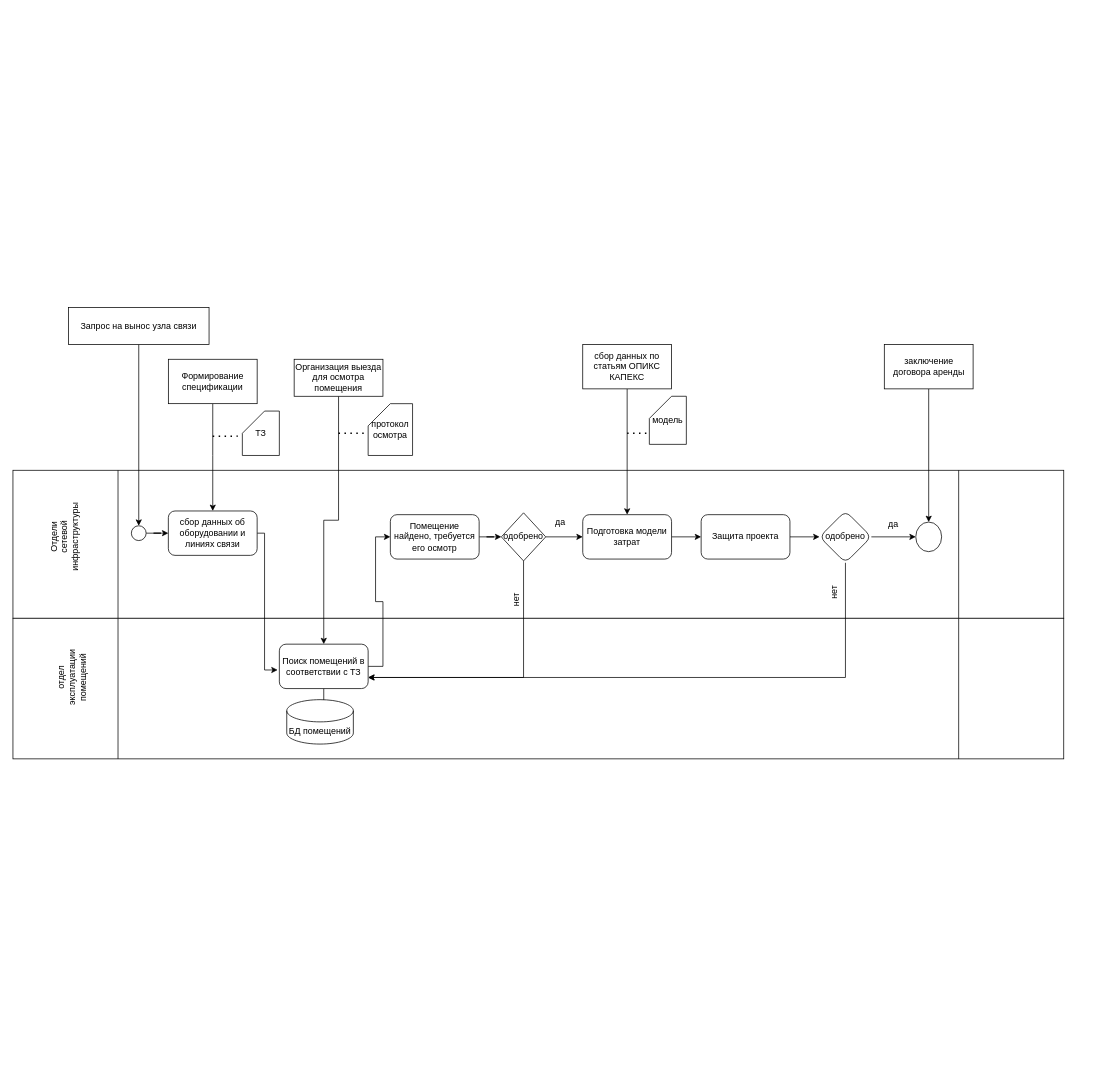
This is моделирование бизнес-процессов.drawio from Dioneer/Flowcharts, a draw.io file, before an edit. Source tidied: cells renumbered, new cells numbered last; positions are measured from the earlier drawing's top-left corner, leaving out a move shared by most shapes. Both pictures are drawn from the tidied source at 74%, with x=0, y=0 at pixel (13, 307).
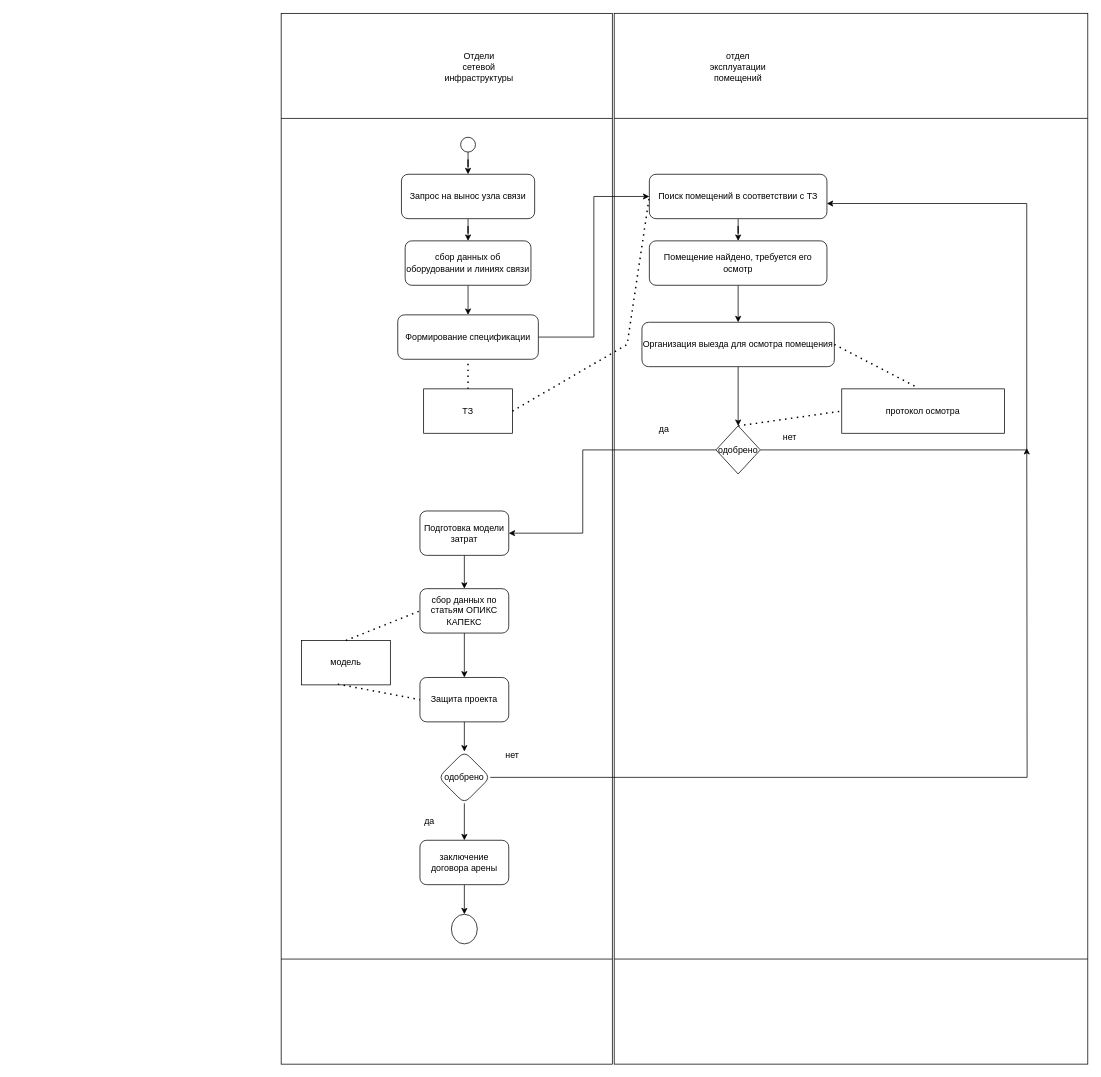
The same page after the edit.

The edit, as a diff of the source:
```diff
@@
-    <mxCell id="2" style="shape=process;whiteSpace=wrap;html=1;backgroundOutline=1;" parent="1" vertex="1">
-      <mxGeometry y="220" width="1420" height="200" as="geometry" />
+    <mxCell id="2" style="shape=process;whiteSpace=wrap;html=1;backgroundOutline=1;rotation=90;" parent="1" vertex="1">
+      <mxGeometry x="-123.8" y="88.8" width="1420" height="447.5" as="geometry" />
     </mxCell>
-    <mxCell id="3" style="shape=process;whiteSpace=wrap;html=1;backgroundOutline=1;" parent="1" vertex="1">
-      <mxGeometry y="420" width="1420" height="190" as="geometry" />
+    <mxCell id="3" style="shape=process;whiteSpace=wrap;html=1;backgroundOutline=1;rotation=90;" parent="1" vertex="1">
+      <mxGeometry x="422.5" y="-7.5" width="1420" height="640" as="geometry" />
     </mxCell>
-    <mxCell id="4" value="&lt;div&gt;Отдели &lt;br&gt;&lt;/div&gt;&lt;div&gt;сетевой&lt;/div&gt;&lt;div&gt;инфраструктуры&lt;br&gt;&lt;/div&gt;" style="text;html=1;align=center;verticalAlign=middle;whiteSpace=wrap;rounded=0;rotation=-90;" parent="1" vertex="1">
-      <mxGeometry x="40" y="265" width="60" height="90" as="geometry" />
+    <mxCell id="4" value="&lt;div&gt;Отдели &lt;br&gt;&lt;/div&gt;&lt;div&gt;сетевой&lt;/div&gt;&lt;div&gt;инфраструктуры&lt;br&gt;&lt;/div&gt;" style="text;html=1;align=center;verticalAlign=middle;whiteSpace=wrap;rounded=0;rotation=0;" parent="1" vertex="1">
+      <mxGeometry x="600" y="-370" width="60" height="90" as="geometry" />
     </mxCell>
-    <mxCell id="5" value="отдел эксплуатации помещений" style="text;html=1;align=center;verticalAlign=middle;whiteSpace=wrap;rounded=0;rotation=-90;" parent="1" vertex="1">
-      <mxGeometry x="50" y="455" width="60" height="90" as="geometry" />
+    <mxCell id="5" value="отдел эксплуатации помещений" style="text;html=1;align=center;verticalAlign=middle;whiteSpace=wrap;rounded=0;rotation=0;" parent="1" vertex="1">
+      <mxGeometry x="950" y="-370" width="60" height="90" as="geometry" />
     </mxCell>
-    <mxCell id="6" style="edgeStyle=orthogonalEdgeStyle;rounded=0;jettySize=auto;html=1;" parent="1" edge="1" source="7" target="12">
-      <mxGeometry relative="1" as="geometry" />
-    </mxCell>
+    <mxCell id="48" style="edgeStyle=orthogonalEdgeStyle;rounded=0;jettySize=auto;html=1;" parent="1" edge="1" source="7" target="10">
+      <mxGeometry relative="1" as="geometry" />
+    </mxCell>
     <mxCell id="7" style="ellipse;whiteSpace=wrap;html=1;" parent="1" vertex="1">
-      <mxGeometry x="160" y="295" width="20" height="20" as="geometry" />
+      <mxGeometry x="605" y="-230" width="20" height="20" as="geometry" />
     </mxCell>
-    <mxCell id="8" style="edgeStyle=orthogonalEdgeStyle;rounded=0;jettySize=auto;html=1;entryX=0.5;entryY=0;entryDx=0;entryDy=0;" parent="1" edge="1" source="9" target="7">
-      <mxGeometry relative="1" as="geometry" />
-    </mxCell>
-    <mxCell id="9" style="rounded=0;whiteSpace=wrap;html=1;" parent="1" vertex="1">
-      <mxGeometry x="75" width="190" height="50" as="geometry" />
-    </mxCell>
-    <mxCell id="10" value="Запрос на вынос узла связи" style="text;html=1;align=center;verticalAlign=middle;whiteSpace=wrap;rounded=0;" parent="1" vertex="1">
-      <mxGeometry x="90" y="10" width="160" height="30" as="geometry" />
-    </mxCell>
-    <mxCell id="11" style="edgeStyle=orthogonalEdgeStyle;rounded=0;jettySize=auto;html=1;entryX=-0.019;entryY=0.581;entryDx=0;entryDy=0;entryPerimeter=0;" parent="1" edge="1" source="12" target="19">
-      <mxGeometry relative="1" as="geometry">
-        <Array as="points">
-          <mxPoint x="340" y="305" />
-          <mxPoint x="340" y="490" />
-        </Array>
-      </mxGeometry>
-    </mxCell>
+    <mxCell id="49" style="edgeStyle=orthogonalEdgeStyle;rounded=0;jettySize=auto;html=1;" parent="1" edge="1" source="12" target="14">
+      <mxGeometry relative="1" as="geometry" />
+    </mxCell>
     <mxCell id="12" value="сбор данных об оборудовании и линиях связи" style="rounded=1;whiteSpace=wrap;html=1;" parent="1" vertex="1">
-      <mxGeometry x="210" y="275" width="120" height="60" as="geometry" />
+      <mxGeometry x="530" y="-90" width="170" height="60" as="geometry" />
     </mxCell>
-    <mxCell id="13" style="edgeStyle=orthogonalEdgeStyle;rounded=0;jettySize=auto;html=1;entryX=0.5;entryY=0;entryDx=0;entryDy=0;" parent="1" edge="1" source="14" target="12">
-      <mxGeometry relative="1" as="geometry">
-        <Array as="points">
-          <mxPoint x="270" y="200" />
-          <mxPoint x="270" y="200" />
-        </Array>
-      </mxGeometry>
-    </mxCell>
-    <mxCell id="14" value="Формирование спецификации" style="rounded=0;whiteSpace=wrap;html=1;" parent="1" vertex="1">
-      <mxGeometry x="210" y="70" width="120" height="60" as="geometry" />
-    </mxCell>
-    <mxCell id="15" value="ТЗ" style="shape=card;whiteSpace=wrap;html=1;" parent="1" vertex="1">
-      <mxGeometry x="310" y="140" width="50" height="60" as="geometry" />
-    </mxCell>
-    <mxCell id="16" style="endArrow=none;dashed=1;html=1;dashPattern=1 3;strokeWidth=2;rounded=0;entryX=-0.063;entryY=0.564;entryDx=0;entryDy=0;entryPerimeter=0;" parent="1" edge="1" target="15">
-      <mxGeometry relative="1" as="geometry">
-        <mxPoint x="270" y="174" as="sourcePoint" />
-      </mxGeometry>
-    </mxCell>
-    <mxCell id="17" style="edgeStyle=orthogonalEdgeStyle;rounded=0;jettySize=auto;html=1;" parent="1" edge="1" source="19" target="20">
-      <mxGeometry relative="1" as="geometry" />
-    </mxCell>
-    <mxCell id="18" style="edgeStyle=orthogonalEdgeStyle;rounded=0;jettySize=auto;html=1;entryX=0;entryY=0.5;entryDx=0;entryDy=0;" parent="1" edge="1" source="19" target="22">
+    <mxCell id="18" style="edgeStyle=orthogonalEdgeStyle;rounded=0;jettySize=auto;html=1;" parent="1" edge="1" source="19" target="22">
       <mxGeometry relative="1" as="geometry" />
     </mxCell>
     <mxCell id="19" value="Поиск помещений в соответствии с ТЗ" style="rounded=1;whiteSpace=wrap;html=1;" parent="1" vertex="1">
-      <mxGeometry x="360" y="455" width="120" height="60" as="geometry" />
+      <mxGeometry x="860" y="-180" width="240" height="60" as="geometry" />
     </mxCell>
-    <mxCell id="20" value="БД помещений" style="shape=cylinder3;whiteSpace=wrap;html=1;boundedLbl=1;backgroundOutline=1;size=15;" parent="1" vertex="1">
-      <mxGeometry x="370" y="530" width="90" height="60" as="geometry" />
-    </mxCell>
-    <mxCell id="21" style="edgeStyle=orthogonalEdgeStyle;rounded=0;jettySize=auto;html=1;" parent="1" edge="1" source="22" target="29">
-      <mxGeometry relative="1" as="geometry" />
-    </mxCell>
-    <mxCell id="22" value="Помещение найдено, требуется его осмотр" style="rounded=1;whiteSpace=wrap;html=1;" parent="1" vertex="1">
-      <mxGeometry x="510" y="280" width="120" height="60" as="geometry" />
-    </mxCell>
-    <mxCell id="23" style="edgeStyle=orthogonalEdgeStyle;rounded=0;jettySize=auto;html=1;" parent="1" edge="1" source="24" target="19">
-      <mxGeometry relative="1" as="geometry" />
-    </mxCell>
-    <mxCell id="24" value="Организация выезда для осмотра помещения" style="rounded=0;whiteSpace=wrap;html=1;" parent="1" vertex="1">
-      <mxGeometry x="380" y="70" width="120" height="50" as="geometry" />
-    </mxCell>
-    <mxCell id="25" value="протокол осмотра" style="shape=card;whiteSpace=wrap;html=1;" parent="1" vertex="1">
-      <mxGeometry x="480" y="130" width="60" height="70" as="geometry" />
-    </mxCell>
-    <mxCell id="26" style="endArrow=none;dashed=1;html=1;dashPattern=1 3;strokeWidth=2;rounded=0;" parent="1" edge="1">
-      <mxGeometry relative="1" as="geometry">
-        <mxPoint x="440" y="170" as="sourcePoint" />
-        <mxPoint x="480" y="170" as="targetPoint" />
-      </mxGeometry>
-    </mxCell>
-    <mxCell id="27" style="edgeStyle=orthogonalEdgeStyle;rounded=0;jettySize=auto;html=1;" parent="1" edge="1" source="29" target="31">
-      <mxGeometry relative="1" as="geometry" />
-    </mxCell>
-    <mxCell id="28" style="edgeStyle=orthogonalEdgeStyle;rounded=0;jettySize=auto;html=1;entryX=1;entryY=0.75;entryDx=0;entryDy=0;" parent="1" edge="1" source="29" target="19">
-      <mxGeometry relative="1" as="geometry">
-        <Array as="points">
-          <mxPoint x="690" y="500" />
-        </Array>
-      </mxGeometry>
-    </mxCell>
-    <mxCell id="29" value="одобрено" style="rhombus;whiteSpace=wrap;html=1;" parent="1" vertex="1">
-      <mxGeometry x="660" y="277.5" width="60" height="65" as="geometry" />
-    </mxCell>
-    <mxCell id="30" style="edgeStyle=orthogonalEdgeStyle;rounded=0;jettySize=auto;html=1;" parent="1" edge="1" source="31" target="39">
-      <mxGeometry relative="1" as="geometry" />
-    </mxCell>
+    <mxCell id="50" style="edgeStyle=orthogonalEdgeStyle;rounded=0;jettySize=auto;html=1;" parent="1" edge="1" source="31" target="35">
+      <mxGeometry relative="1" as="geometry" />
+    </mxCell>
     <mxCell id="31" value="Подготовка модели затрат" style="rounded=1;whiteSpace=wrap;html=1;" parent="1" vertex="1">
-      <mxGeometry x="770" y="280" width="120" height="60" as="geometry" />
+      <mxGeometry x="550" y="275" width="120" height="60" as="geometry" />
     </mxCell>
     <mxCell id="32" value="да" style="text;html=1;align=center;verticalAlign=middle;whiteSpace=wrap;rounded=0;" parent="1" vertex="1">
-      <mxGeometry x="710" y="275" width="60" height="30" as="geometry" />
+      <mxGeometry x="850" y="150" width="60" height="30" as="geometry" />
     </mxCell>
-    <mxCell id="33" value="нет" style="text;html=1;align=center;verticalAlign=middle;whiteSpace=wrap;rounded=0;rotation=-90;" parent="1" vertex="1">
-      <mxGeometry x="650" y="380" width="60" height="30" as="geometry" />
+    <mxCell id="33" value="нет" style="text;html=1;align=center;verticalAlign=middle;whiteSpace=wrap;rounded=0;rotation=0;" parent="1" vertex="1">
+      <mxGeometry x="1020" y="160" width="60" height="30" as="geometry" />
     </mxCell>
-    <mxCell id="34" style="edgeStyle=orthogonalEdgeStyle;rounded=0;jettySize=auto;html=1;entryX=0.5;entryY=0;entryDx=0;entryDy=0;" parent="1" edge="1" source="35" target="31">
-      <mxGeometry relative="1" as="geometry" />
-    </mxCell>
-    <mxCell id="35" value="сбор данных по статьям ОПИКС КАПЕКС" style="rounded=0;whiteSpace=wrap;html=1;" parent="1" vertex="1">
-      <mxGeometry x="770" y="50" width="120" height="60" as="geometry" />
-    </mxCell>
-    <mxCell id="36" value="модель" style="shape=card;whiteSpace=wrap;html=1;" parent="1" vertex="1">
-      <mxGeometry x="860" y="120" width="50" height="65" as="geometry" />
-    </mxCell>
-    <mxCell id="37" style="endArrow=none;dashed=1;html=1;dashPattern=1 3;strokeWidth=2;rounded=0;" parent="1" edge="1">
-      <mxGeometry relative="1" as="geometry">
-        <mxPoint x="830" y="170" as="sourcePoint" />
-        <mxPoint x="860" y="170" as="targetPoint" />
-      </mxGeometry>
-    </mxCell>
@@
     <mxCell id="39" value="Защита проекта" style="rounded=1;whiteSpace=wrap;html=1;" parent="1" vertex="1">
-      <mxGeometry x="930" y="280" width="120" height="60" as="geometry" />
+      <mxGeometry x="550" y="500" width="120" height="60" as="geometry" />
     </mxCell>
-    <mxCell id="40" style="edgeStyle=orthogonalEdgeStyle;rounded=0;jettySize=auto;html=1;" parent="1" edge="1" source="42" target="43">
-      <mxGeometry relative="1" as="geometry" />
-    </mxCell>
-    <mxCell id="41" style="edgeStyle=orthogonalEdgeStyle;rounded=0;jettySize=auto;html=1;entryX=1;entryY=0.75;entryDx=0;entryDy=0;" parent="1" edge="1" source="42" target="19">
-      <mxGeometry relative="1" as="geometry">
-        <Array as="points">
-          <mxPoint x="1125" y="500" />
-        </Array>
-      </mxGeometry>
-    </mxCell>
+    <mxCell id="51" style="edgeStyle=orthogonalEdgeStyle;rounded=0;jettySize=auto;html=1;exitX=1;exitY=0.5;exitDx=0;exitDy=0;" parent="1" edge="1" source="42">
+      <mxGeometry relative="1" as="geometry">
+        <mxPoint x="1370" y="190" as="targetPoint" />
+      </mxGeometry>
+    </mxCell>
+    <mxCell id="52" style="edgeStyle=orthogonalEdgeStyle;rounded=0;jettySize=auto;html=1;" parent="1" edge="1" source="42" target="66">
+      <mxGeometry relative="1" as="geometry" />
+    </mxCell>
     <mxCell id="42" value="одобрено" style="rhombus;whiteSpace=wrap;html=1;rounded=1;" parent="1" vertex="1">
-      <mxGeometry x="1090" y="275" width="70" height="70" as="geometry" />
+      <mxGeometry x="575" y="600" width="70" height="70" as="geometry" />
     </mxCell>
     <mxCell id="43" style="ellipse;whiteSpace=wrap;html=1;rounded=1;" parent="1" vertex="1">
-      <mxGeometry x="1220" y="290" width="35" height="40" as="geometry" />
+      <mxGeometry x="592.5" y="820" width="35" height="40" as="geometry" />
     </mxCell>
     <mxCell id="44" value="да" style="text;html=1;align=center;verticalAlign=middle;whiteSpace=wrap;rounded=0;" parent="1" vertex="1">
-      <mxGeometry x="1160" y="277.5" width="60" height="30" as="geometry" />
+      <mxGeometry x="532.5" y="680" width="60" height="30" as="geometry" />
     </mxCell>
-    <mxCell id="45" style="edgeStyle=orthogonalEdgeStyle;rounded=0;jettySize=auto;html=1;" parent="1" edge="1" source="46" target="43">
-      <mxGeometry relative="1" as="geometry" />
-    </mxCell>
-    <mxCell id="46" value="заключение договора аренды" style="rounded=0;whiteSpace=wrap;html=1;" parent="1" vertex="1">
-      <mxGeometry x="1177.5" y="50" width="120" height="60" as="geometry" />
-    </mxCell>
-    <mxCell id="47" value="нет" style="text;html=1;align=center;verticalAlign=middle;whiteSpace=wrap;rounded=0;rotation=-90;" parent="1" vertex="1">
-      <mxGeometry x="1080" y="370" width="60" height="30" as="geometry" />
+    <mxCell id="47" value="нет" style="text;html=1;align=center;verticalAlign=middle;whiteSpace=wrap;rounded=0;rotation=0;" parent="1" vertex="1">
+      <mxGeometry x="645" y="590" width="60" height="30" as="geometry" />
     </mxCell>
+    <mxCell id="53" style="edgeStyle=orthogonalEdgeStyle;rounded=0;jettySize=auto;html=1;entryX=0.5;entryY=0;entryDx=0;entryDy=0;" parent="1" edge="1" source="10" target="12">
+      <mxGeometry relative="1" as="geometry" />
+    </mxCell>
+    <mxCell id="10" value="Запрос на вынос узла связи" style="rounded=1;whiteSpace=wrap;html=1;" parent="1" vertex="1">
+      <mxGeometry x="525" y="-180" width="180" height="60" as="geometry" />
+    </mxCell>
+    <mxCell id="54" style="edgeStyle=orthogonalEdgeStyle;rounded=0;jettySize=auto;html=1;entryX=0;entryY=0.5;entryDx=0;entryDy=0;" parent="1" edge="1" source="14" target="19">
+      <mxGeometry relative="1" as="geometry" />
+    </mxCell>
+    <mxCell id="14" value="Формирование спецификации" style="rounded=1;whiteSpace=wrap;html=1;" parent="1" vertex="1">
+      <mxGeometry x="520" y="10" width="190" height="60" as="geometry" />
+    </mxCell>
+    <mxCell id="15" value="ТЗ" style="rounded=0;whiteSpace=wrap;html=1;" parent="1" vertex="1">
+      <mxGeometry x="555" y="110" width="120" height="60" as="geometry" />
+    </mxCell>
+    <mxCell id="55" style="endArrow=none;dashed=1;html=1;dashPattern=1 3;strokeWidth=2;rounded=0;exitX=0.5;exitY=0;exitDx=0;exitDy=0;entryX=0.5;entryY=1;entryDx=0;entryDy=0;" parent="1" edge="1" source="15" target="14">
+      <mxGeometry relative="1" as="geometry" />
+    </mxCell>
+    <mxCell id="56" style="edgeStyle=orthogonalEdgeStyle;rounded=0;jettySize=auto;html=1;" parent="1" edge="1" source="24" target="29">
+      <mxGeometry relative="1" as="geometry" />
+    </mxCell>
+    <mxCell id="24" value="Организация выезда для осмотра помещения" style="rounded=1;whiteSpace=wrap;html=1;" parent="1" vertex="1">
+      <mxGeometry x="850" y="20" width="260" height="60" as="geometry" />
+    </mxCell>
+    <mxCell id="57" style="endArrow=none;dashed=1;html=1;dashPattern=1 3;strokeWidth=2;rounded=0;exitX=1;exitY=0.5;exitDx=0;exitDy=0;entryX=0;entryY=0.5;entryDx=0;entryDy=0;" parent="1" edge="1" source="15" target="19">
+      <mxGeometry relative="1" as="geometry">
+        <Array as="points">
+          <mxPoint x="830" y="50" />
+        </Array>
+      </mxGeometry>
+    </mxCell>
+    <mxCell id="25" value="протокол осмотра" style="rounded=0;whiteSpace=wrap;html=1;" parent="1" vertex="1">
+      <mxGeometry x="1120" y="110" width="220" height="60" as="geometry" />
+    </mxCell>
+    <mxCell id="58" style="edgeStyle=orthogonalEdgeStyle;rounded=0;jettySize=auto;html=1;" parent="1" edge="1" source="22" target="24">
+      <mxGeometry relative="1" as="geometry" />
+    </mxCell>
+    <mxCell id="22" value="Помещение найдено, требуется его осмотр" style="rounded=1;whiteSpace=wrap;html=1;" parent="1" vertex="1">
+      <mxGeometry x="860" y="-90" width="240" height="60" as="geometry" />
+    </mxCell>
+    <mxCell id="59" style="endArrow=none;dashed=1;html=1;dashPattern=1 3;strokeWidth=2;rounded=0;entryX=0.464;entryY=-0.033;entryDx=0;entryDy=0;entryPerimeter=0;exitX=1;exitY=0.5;exitDx=0;exitDy=0;" parent="1" edge="1" source="24" target="25">
+      <mxGeometry relative="1" as="geometry" />
+    </mxCell>
+    <mxCell id="27" style="edgeStyle=orthogonalEdgeStyle;rounded=0;jettySize=auto;html=1;entryX=1;entryY=0.5;entryDx=0;entryDy=0;" parent="1" edge="1" source="29" target="31">
+      <mxGeometry relative="1" as="geometry">
+        <Array as="points">
+          <mxPoint x="770" y="193" />
+          <mxPoint x="770" y="305" />
+        </Array>
+      </mxGeometry>
+    </mxCell>
+    <mxCell id="60" style="edgeStyle=orthogonalEdgeStyle;rounded=0;jettySize=auto;html=1;entryX=0.181;entryY=0.551;entryDx=0;entryDy=0;entryPerimeter=0;exitX=1;exitY=0.5;exitDx=0;exitDy=0;" parent="1" edge="1" source="29" target="3">
+      <mxGeometry relative="1" as="geometry">
+        <Array as="points">
+          <mxPoint x="1370" y="193" />
+          <mxPoint x="1370" y="-140" />
+        </Array>
+      </mxGeometry>
+    </mxCell>
+    <mxCell id="29" value="одобрено" style="rhombus;whiteSpace=wrap;html=1;" parent="1" vertex="1">
+      <mxGeometry x="950" y="160" width="60" height="65" as="geometry" />
+    </mxCell>
+    <mxCell id="61" style="edgeStyle=orthogonalEdgeStyle;rounded=0;jettySize=auto;html=1;" parent="1" edge="1" source="35" target="39">
+      <mxGeometry relative="1" as="geometry" />
+    </mxCell>
+    <mxCell id="35" value="сбор данных по статьям ОПИКС КАПЕКС" style="rounded=1;whiteSpace=wrap;html=1;" parent="1" vertex="1">
+      <mxGeometry x="550" y="380" width="120" height="60" as="geometry" />
+    </mxCell>
+    <mxCell id="36" value="модель" style="rounded=0;whiteSpace=wrap;html=1;" parent="1" vertex="1">
+      <mxGeometry x="390" y="450" width="120" height="60" as="geometry" />
+    </mxCell>
+    <mxCell id="62" style="endArrow=none;dashed=1;html=1;dashPattern=1 3;strokeWidth=2;rounded=0;entryX=0;entryY=0.5;entryDx=0;entryDy=0;exitX=0.5;exitY=0;exitDx=0;exitDy=0;" parent="1" edge="1" source="29" target="25">
+      <mxGeometry relative="1" as="geometry" />
+    </mxCell>
+    <mxCell id="63" style="endArrow=none;dashed=1;html=1;dashPattern=1 3;strokeWidth=2;rounded=0;entryX=0;entryY=0.5;entryDx=0;entryDy=0;exitX=0.5;exitY=0;exitDx=0;exitDy=0;" parent="1" edge="1" source="36" target="35">
+      <mxGeometry relative="1" as="geometry" />
+    </mxCell>
+    <mxCell id="64" style="endArrow=none;dashed=1;html=1;dashPattern=1 3;strokeWidth=2;rounded=0;exitX=0.408;exitY=0.983;exitDx=0;exitDy=0;exitPerimeter=0;entryX=0;entryY=0.5;entryDx=0;entryDy=0;" parent="1" edge="1" source="36" target="39">
+      <mxGeometry relative="1" as="geometry" />
+    </mxCell>
+    <mxCell id="65" style="edgeStyle=orthogonalEdgeStyle;rounded=0;jettySize=auto;html=1;" parent="1" edge="1" source="66" target="43">
+      <mxGeometry relative="1" as="geometry" />
+    </mxCell>
+    <mxCell id="66" value="заключение договора арены" style="rounded=1;whiteSpace=wrap;html=1;" parent="1" vertex="1">
+      <mxGeometry x="550" y="720" width="120" height="60" as="geometry" />
+    </mxCell>
```
